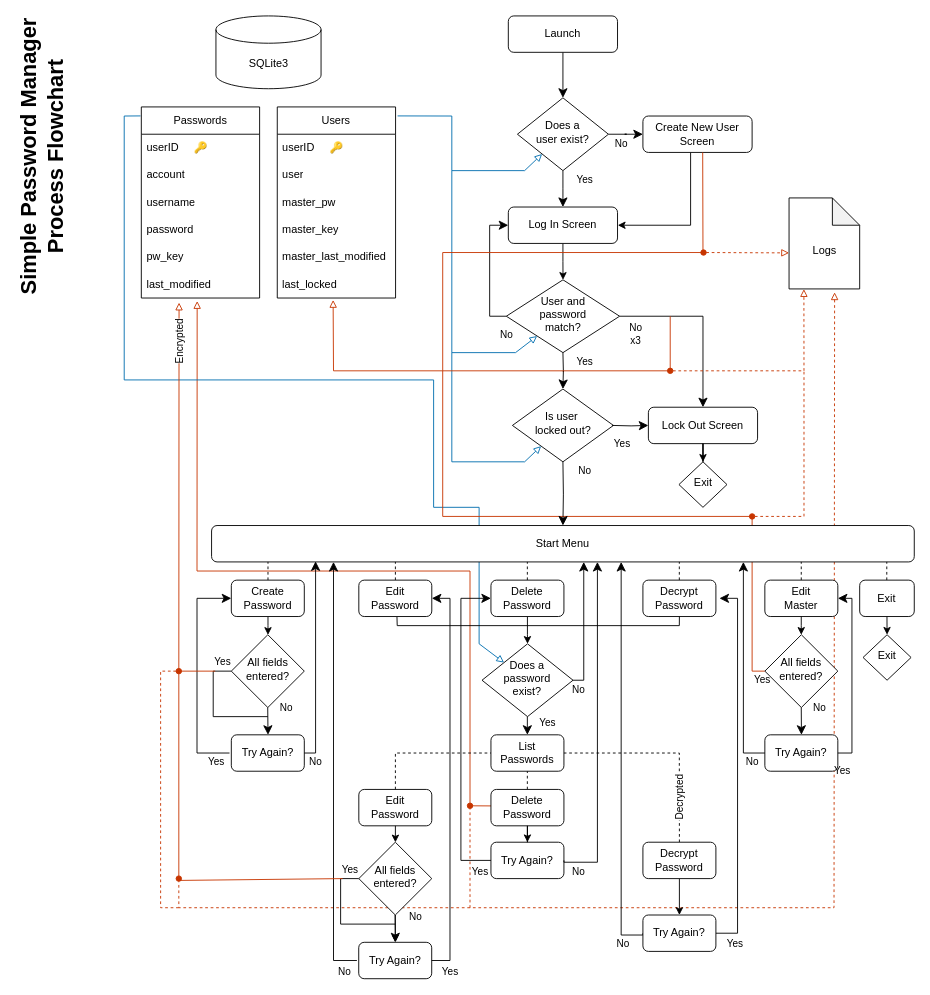
This is ProFlowDiagram.drawio from ThegenJackson/CLI_Guard, a draw.io file, before an edit. Source tidied: cells renumbered, new cells numbered last; positions are measured from the earlier drawing's top-left corner, leaving out a move shared by most shapes. Both pictures are drawn from the tidied source at 91%, with x=0, y=0 at pixel (-4, 15).
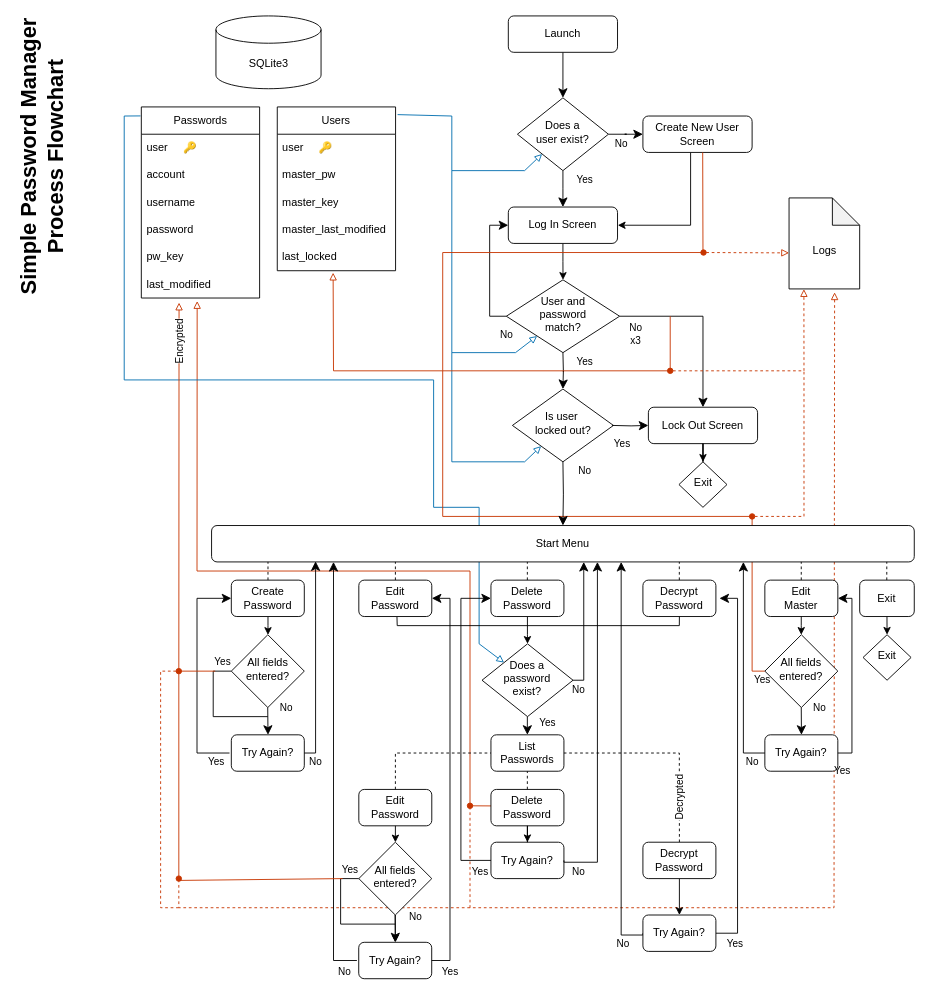
The same page after the edit.

The change refers to these unchanged cells:
```xml
<mxCell id="18" value="Passwords" style="swimlane;fontStyle=0;horizontal=1;startSize=30;whiteSpace=wrap;html=1;" parent="1" vertex="1">
  <mxGeometry x="158.8" y="100" width="130" height="210" as="geometry" />
</mxCell>
```

Change to the diagram source:
```diff
@@
-    <mxCell id="19" value="userID&amp;nbsp; &amp;nbsp; &amp;nbsp;🔑" style="text;strokeColor=none;fillColor=none;align=left;verticalAlign=middle;spacingLeft=4;spacingRight=4;overflow=hidden;whiteSpace=wrap;html=1;" parent="18" vertex="1">
+    <mxCell id="19" value="user&amp;nbsp; &amp;nbsp; &amp;nbsp;🔑" style="text;strokeColor=none;fillColor=none;align=left;verticalAlign=middle;spacingLeft=4;spacingRight=4;overflow=hidden;whiteSpace=wrap;html=1;" parent="18" vertex="1">
       <mxGeometry y="30" width="130" height="30" as="geometry" />
     </mxCell>
@@
     <mxCell id="25" value="Users" style="swimlane;fontStyle=0;horizontal=1;startSize=30;whiteSpace=wrap;html=1;" parent="1" vertex="1">
-      <mxGeometry x="308.2" y="100" width="130" height="210" as="geometry" />
+      <mxGeometry x="308.2" y="100" width="130" height="180" as="geometry" />
     </mxCell>
-    <mxCell id="26" value="userID&amp;nbsp; &amp;nbsp; &amp;nbsp;🔑" style="text;strokeColor=none;fillColor=none;align=left;verticalAlign=middle;spacingLeft=4;spacingRight=4;overflow=hidden;whiteSpace=wrap;html=1;" parent="25" vertex="1">
+    <mxCell id="26" value="user&amp;nbsp; &amp;nbsp; &amp;nbsp;🔑" style="text;strokeColor=none;fillColor=none;align=left;verticalAlign=middle;spacingLeft=4;spacingRight=4;overflow=hidden;whiteSpace=wrap;html=1;" parent="25" vertex="1">
       <mxGeometry y="30" width="130" height="30" as="geometry" />
     </mxCell>
-    <mxCell id="27" value="user" style="text;strokeColor=none;fillColor=none;align=left;verticalAlign=middle;spacingLeft=4;spacingRight=4;overflow=hidden;whiteSpace=wrap;html=1;" parent="25" vertex="1">
-      <mxGeometry y="60" width="130" height="30" as="geometry" />
-    </mxCell>
     <mxCell id="28" value="master_pw" style="text;strokeColor=none;fillColor=none;align=left;verticalAlign=middle;spacingLeft=4;spacingRight=4;overflow=hidden;whiteSpace=wrap;html=1;" parent="25" vertex="1">
-      <mxGeometry y="90" width="130" height="30" as="geometry" />
+      <mxGeometry y="60" width="130" height="30" as="geometry" />
     </mxCell>
     <mxCell id="29" value="master_key" style="text;strokeColor=none;fillColor=none;align=left;verticalAlign=middle;spacingLeft=4;spacingRight=4;overflow=hidden;whiteSpace=wrap;html=1;" parent="25" vertex="1">
-      <mxGeometry y="120" width="130" height="30" as="geometry" />
+      <mxGeometry y="90" width="130" height="30" as="geometry" />
     </mxCell>
     <mxCell id="30" value="master_last_modified" style="text;strokeColor=none;fillColor=none;align=left;verticalAlign=middle;spacingLeft=4;spacingRight=4;overflow=hidden;whiteSpace=wrap;html=1;" parent="25" vertex="1">
-      <mxGeometry y="150" width="130" height="30" as="geometry" />
+      <mxGeometry y="120" width="130" height="30" as="geometry" />
     </mxCell>
     <mxCell id="31" value="last_locked" style="text;strokeColor=none;fillColor=none;align=left;verticalAlign=middle;spacingLeft=4;spacingRight=4;overflow=hidden;points=[[0,0.5],[1,0.5]];portConstraint=eastwest;whiteSpace=wrap;html=1;" parent="25" vertex="1">
-      <mxGeometry y="180" width="130" height="30" as="geometry" />
+      <mxGeometry y="150" width="130" height="30" as="geometry" />
     </mxCell>
```
